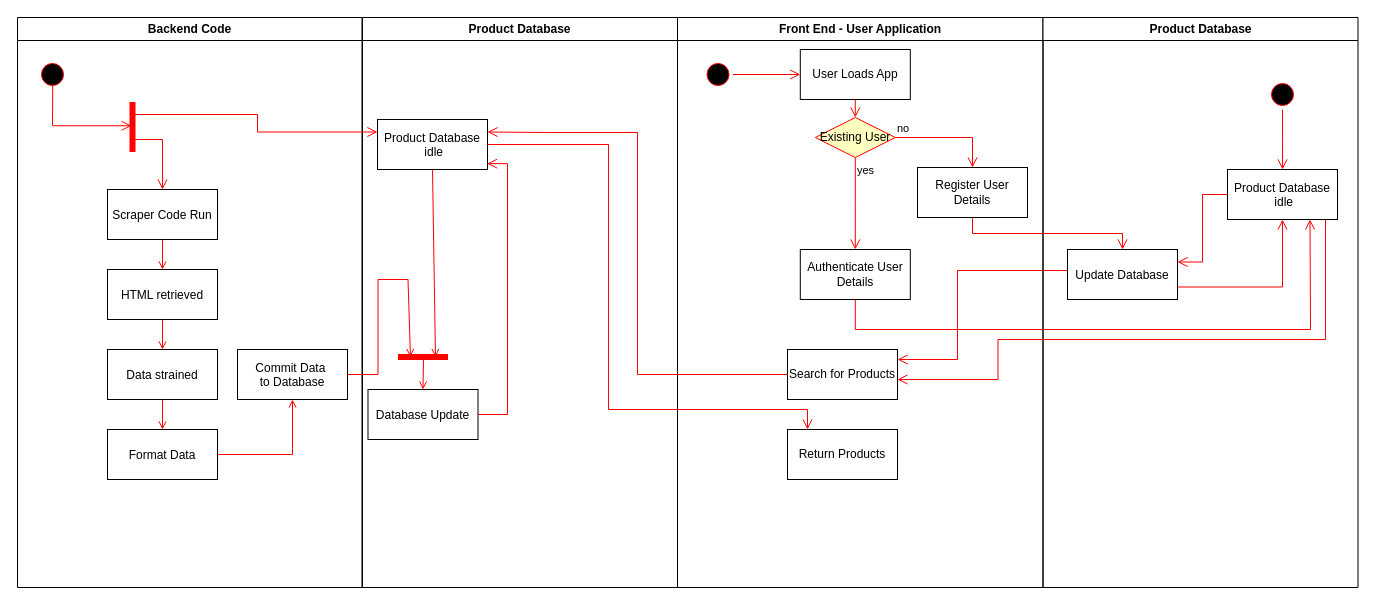
Above: Untitled Diagram.drawio in KyeBarker02/Eat_With_Ease (draw.io), before the change. Source tidied: cells renumbered, new cells numbered last; positions are measured from the earlier drawing's top-left corner, leaving out a move shared by most shapes. Both pictures are drawn from the tidied source at 100%, with x=0, y=0 at pixel (17, 17).
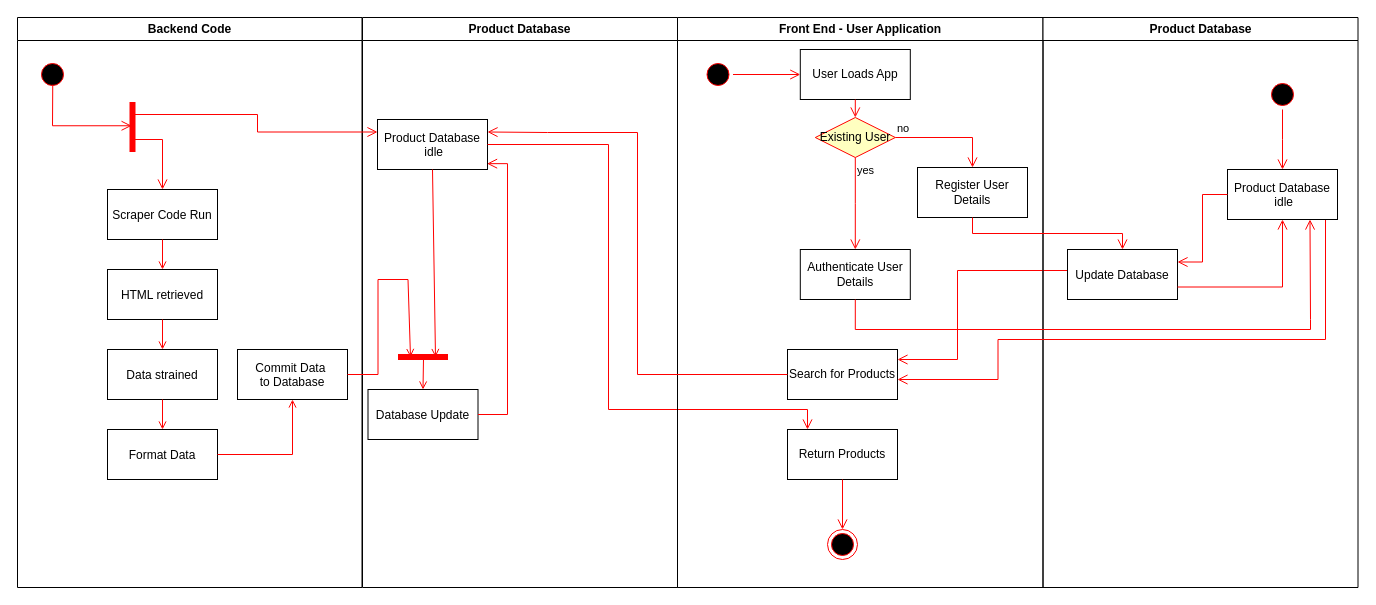
Above is the later version.

The change refers to these unchanged cells:
```xml
<mxCell id="25" value="Front End - User Application" style="swimlane;whiteSpace=wrap;" parent="1" vertex="1">
  <mxGeometry x="660" width="365.5" height="570" as="geometry" />
</mxCell>
<mxCell id="37" value="Return Products" style="html=1;whiteSpace=wrap;" parent="25" vertex="1">
  <mxGeometry x="110" y="412" width="110" height="50" as="geometry" />
</mxCell>
```

What changed in the source:
```diff
@@
+    <mxCell id="50" style="ellipse;html=1;shape=endState;fillColor=#000000;strokeColor=#ff0000;" parent="25" vertex="1">
+      <mxGeometry x="150" y="512" width="30" height="30" as="geometry" />
+    </mxCell>
+    <mxCell id="51" style="edgeStyle=orthogonalEdgeStyle;html=1;verticalAlign=bottom;endArrow=open;endSize=8;strokeColor=#ff0000;rounded=0;entryX=0.5;entryY=0;entryDx=0;entryDy=0;exitX=0.5;exitY=1;exitDx=0;exitDy=0;" parent="25" edge="1" source="37" target="50">
+      <mxGeometry relative="1" as="geometry" />
+    </mxCell>
```
